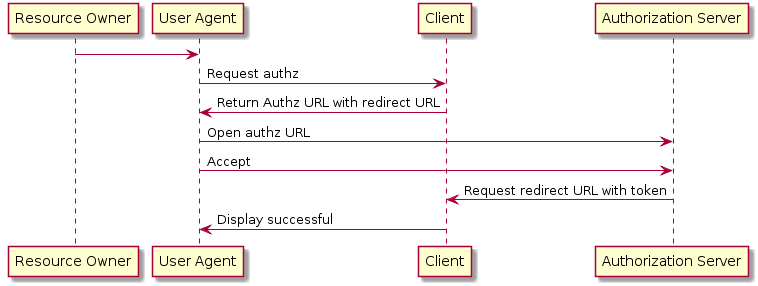
Above: spec/_resources/psuedo-implicit-flow.png in future-link/echo (PlantUML), before the change.
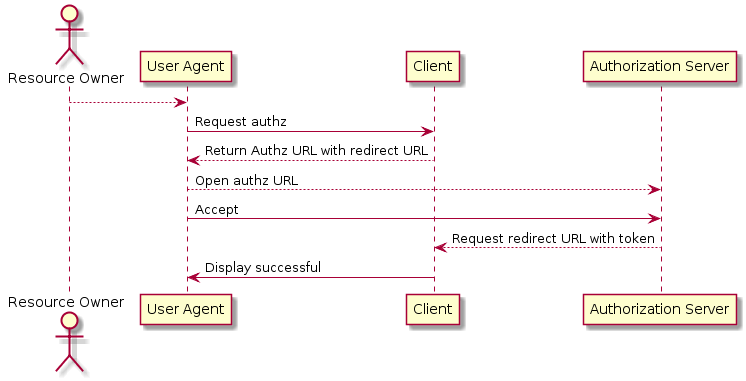
Above is the later version.

Change to the diagram source:
```diff
@@ -1,9 +1,11 @@
 @startuml
-"Resource Owner"->"User Agent"
+actor "Resource Owner"
+
+"Resource Owner"-->"User Agent"
 "User Agent"->"Client" : Request authz
-"Client"->"User Agent" : Return Authz URL with redirect URL
-"User Agent"->"Authorization Server": Open authz URL
+"Client"-->"User Agent" : Return Authz URL with redirect URL
+"User Agent"-->"Authorization Server": Open authz URL
 "User Agent"->"Authorization Server": Accept
-"Authorization Server"->"Client" : Request redirect URL with token
+"Authorization Server"-->"Client" : Request redirect URL with token
 "Client"->"User Agent" : Display successful
 @enduml
```
